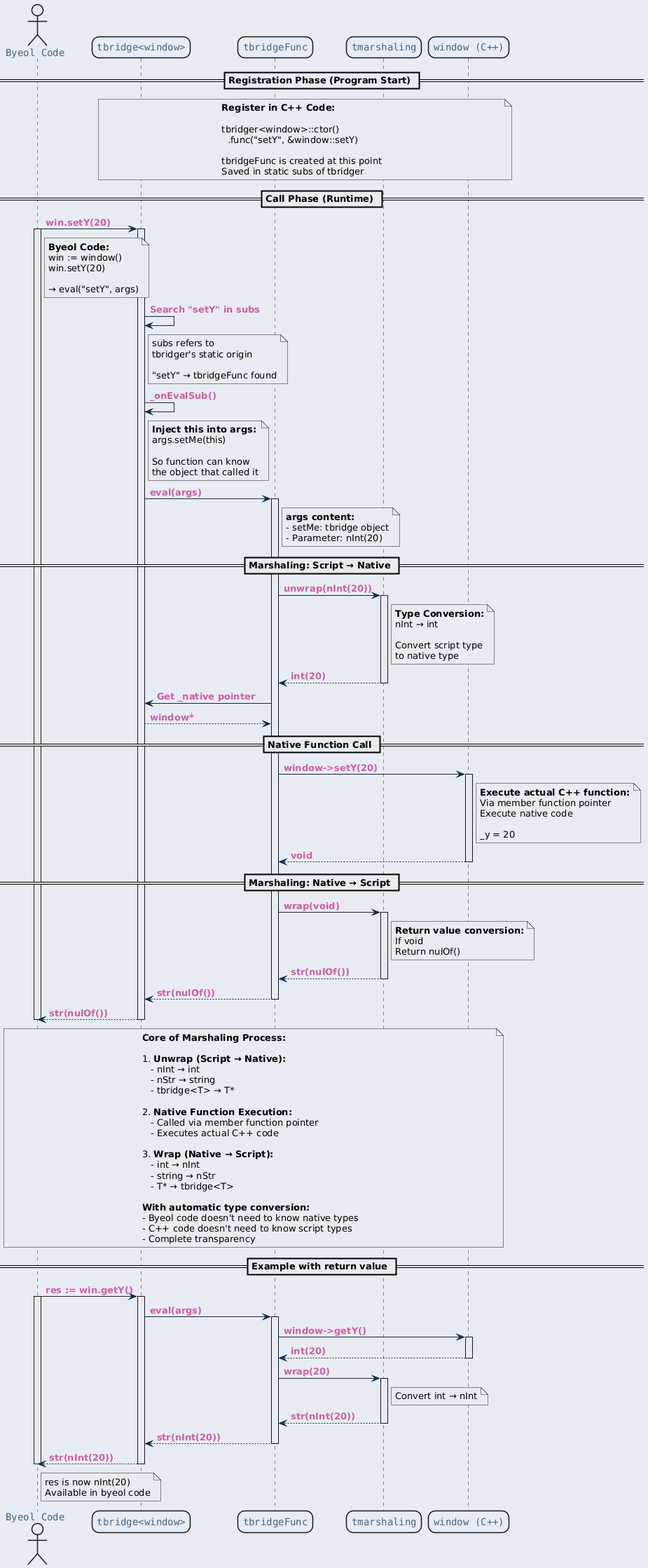
This is ref/generated/ko/inline_umlgraph_28.png from byeolang/website, a PlantUML export, as it was before one commit.
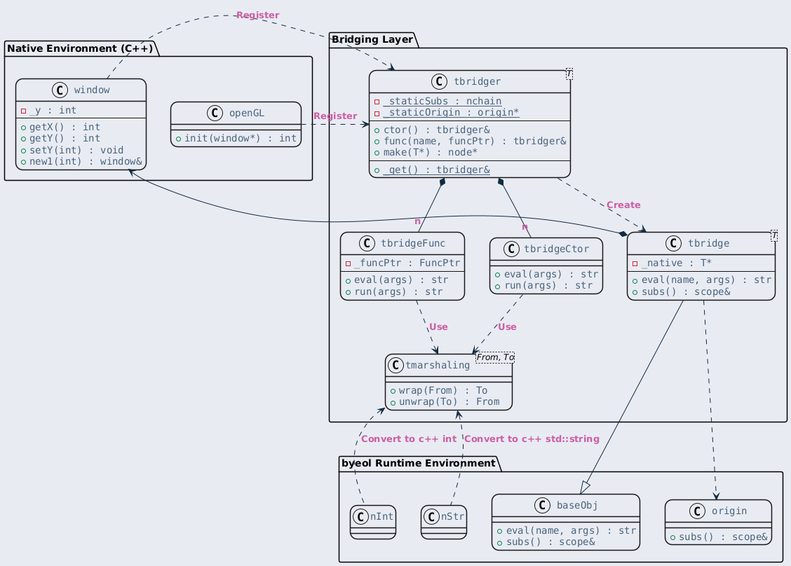
The same file after the commit.

Diff of the diagram source:
```diff
@@ -23,178 +23,86 @@
     }
 }
 </style>
-actor "Byeol Code" as byeol
-participant "tbridge<window>" as tbridge
-participant "tbridgeFunc" as tbridgeFunc
-participant "tmarshaling" as tmarshaling
-participant "window (C++)" as window
+package "Native Environment (C++)" {
+    class "window" as window {
+        - _y : int
+        ---
+        + getX() : int
+        + getY() : int
+        + setY(int) : void
+        + new1(int) : window&
+    }
 
-== Registration Phase (Program Start) ==
+    class "openGL" as openGL {
+        + init(window*) : int
+    }
+}
 
-note over tbridge, window
-  <b>Register in C++ Code:</b>
+package "Bridging Layer" {
+    class "tbridger<T>" as tbridger {
+        {static} - _staticSubs : nchain
+        {static} - _staticOrigin : origin*
+        ---
+        + ctor() : tbridger&
+        + func(name, funcPtr) : tbridger&
+        + make(T*) : node*
+        ---
+        {static} + _get() : tbridger&
+    }
 
-  tbridger<window>::ctor()
-    .func("setY", &window::setY)
+    class "tbridge<T>" as tbridge {
+        - _native : T*
+        ---
+        + eval(name, args) : str
+        + subs() : scope&
+    }
 
-  tbridgeFunc is created at this point
-  Saved in static subs of tbridger
-end note
+    class "tbridgeFunc" as tbridgeFunc {
+        - _funcPtr : FuncPtr
+        ---
+        + eval(args) : str
+        + run(args) : str
+    }
 
-== Call Phase (Runtime) ==
+    class "tbridgeCtor" as tbridgeCtor {
+        + eval(args) : str
+        + run(args) : str
+    }
 
-byeol -> tbridge : win.setY(20)
-activate byeol
-activate tbridge
+    class "tmarshaling<From, To>" as tmarshaling {
+        + wrap(From) : To
+        + unwrap(To) : From
+    }
+}
 
-note right of byeol
-  <b>Byeol Code:</b>
-  win := window()
-  win.setY(20)
+package "byeol Runtime Environment" {
+    class "baseObj" as baseObj {
+        + eval(name, args) : str
+        + subs() : scope&
+    }
 
-  → eval("setY", args)
-end note
+    class "origin" as origin {
+        + subs() : scope&
+    }
 
-tbridge -> tbridge : Search "setY" in subs
-note right of tbridge
-  subs refers to
-  tbridger's static origin
+    class "nInt" as nInt
+    class "nStr" as nStr
+}
 
-  "setY" → tbridgeFunc found
-end note
+window .right.> tbridger : Register
+openGL .right.> tbridger : Register
 
-tbridge -> tbridge : _onEvalSub()
-note right of tbridge
-  <b>Inject this into args:</b>
-  args.setMe(this)
+tbridger ..> tbridge : Create
+tbridger *-- "n" tbridgeFunc
+tbridger *-- "n" tbridgeCtor
 
-  So function can know
-  the object that called it
-end note
+tbridge --|> baseObj
+tbridge *--> window
+tbridgeFunc ..> tmarshaling : Use
+tbridgeCtor ..> tmarshaling : Use
 
-tbridge -> tbridgeFunc : eval(args)
-activate tbridgeFunc
+tbridge ..> origin
 
-note right of tbridgeFunc
-  <b>args content:</b>
-  - setMe: tbridge object
-  - Parameter: nInt(20)
-end note
-
-== Marshaling: Script → Native ==
-
-tbridgeFunc -> tmarshaling : unwrap(nInt(20))
-activate tmarshaling
-
-note right of tmarshaling
-  <b>Type Conversion:</b>
-  nInt → int
-
-  Convert script type
-  to native type
-end note
-
-tmarshaling --> tbridgeFunc : int(20)
-deactivate tmarshaling
-
-tbridgeFunc -> tbridge : Get _native pointer
-tbridge --> tbridgeFunc : window*
-
-== Native Function Call ==
-
-tbridgeFunc -> window : window->setY(20)
-activate window
-
-note right of window
-  <b>Execute actual C++ function:</b>
-  Via member function pointer
-  Execute native code
-
-  _y = 20
-end note
-
-window --> tbridgeFunc : void
-deactivate window
-
-== Marshaling: Native → Script ==
-
-tbridgeFunc -> tmarshaling : wrap(void)
-activate tmarshaling
-
-note right of tmarshaling
-  <b>Return value conversion:</b>
-  If void
-  Return nulOf()
-end note
-
-tmarshaling --> tbridgeFunc : str(nulOf())
-deactivate tmarshaling
-
-tbridgeFunc --> tbridge : str(nulOf())
-deactivate tbridgeFunc
-
-tbridge --> byeol : str(nulOf())
-deactivate tbridge
-deactivate byeol
-
-note over byeol, window
-  <b>Core of Marshaling Process:</b>
-
-  1. <b>Unwrap (Script → Native):</b>
-     - nInt → int
-     - nStr → string
-     - tbridge<T> → T*
-
-  2. <b>Native Function Execution:</b>
-     - Called via member function pointer
-     - Executes actual C++ code
-
-  3. <b>Wrap (Native → Script):</b>
-     - int → nInt
-     - string → nStr
-     - T* → tbridge<T>
-
-  <b>With automatic type conversion:</b>
-  - Byeol code doesn't need to know native types
-  - C++ code doesn't need to know script types
-  - Complete transparency
-end note
-
-== Example with return value ==
-
-byeol -> tbridge : res := win.getY()
-activate byeol
-activate tbridge
-
-tbridge -> tbridgeFunc : eval(args)
-activate tbridgeFunc
-
-tbridgeFunc -> window : window->getY()
-activate window
-
-window --> tbridgeFunc : int(20)
-deactivate window
-
-tbridgeFunc -> tmarshaling : wrap(20)
-activate tmarshaling
-
-note right of tmarshaling
-  Convert int → nInt
-end note
-
-tmarshaling --> tbridgeFunc : str(nInt(20))
-deactivate tmarshaling
-
-tbridgeFunc --> tbridge : str(nInt(20))
-deactivate tbridgeFunc
-
-tbridge --> byeol : str(nInt(20))
-deactivate tbridge
-
-note right of byeol
-  res is now nInt(20)
-  Available in byeol code
-end note
-
-deactivate byeol
+nInt .up.> tmarshaling : Convert to c++ int
+nStr .up.> tmarshaling : Convert to c++ std::string
 @enduml
```
